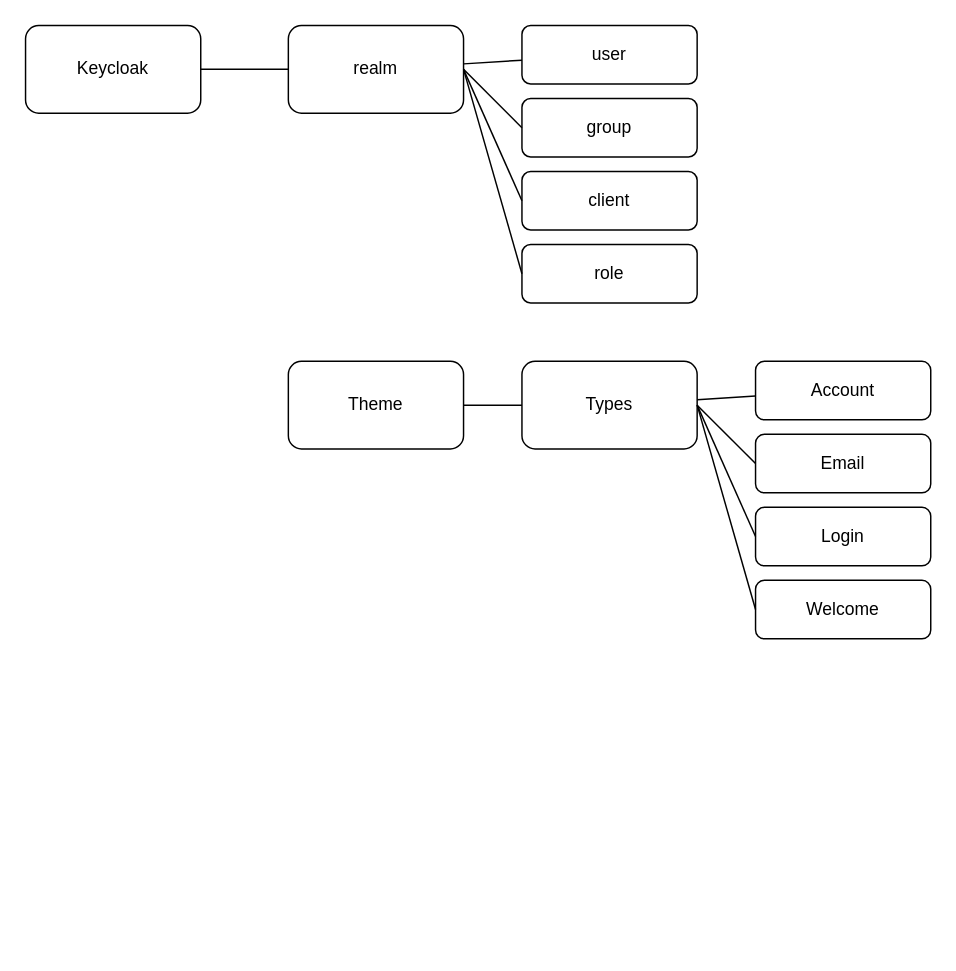
This is page "keycloak" (5 of 5) of k8s.drawio from hakchangs/k8s-study, a draw.io file, before an edit. Source tidied: cells renumbered, new cells numbered last; positions are measured from the earlier drawing's top-left corner, leaving out a move shared by most shapes. Both pictures are drawn from the tidied source at 146%, with x=0, y=0 at pixel (25, 25).
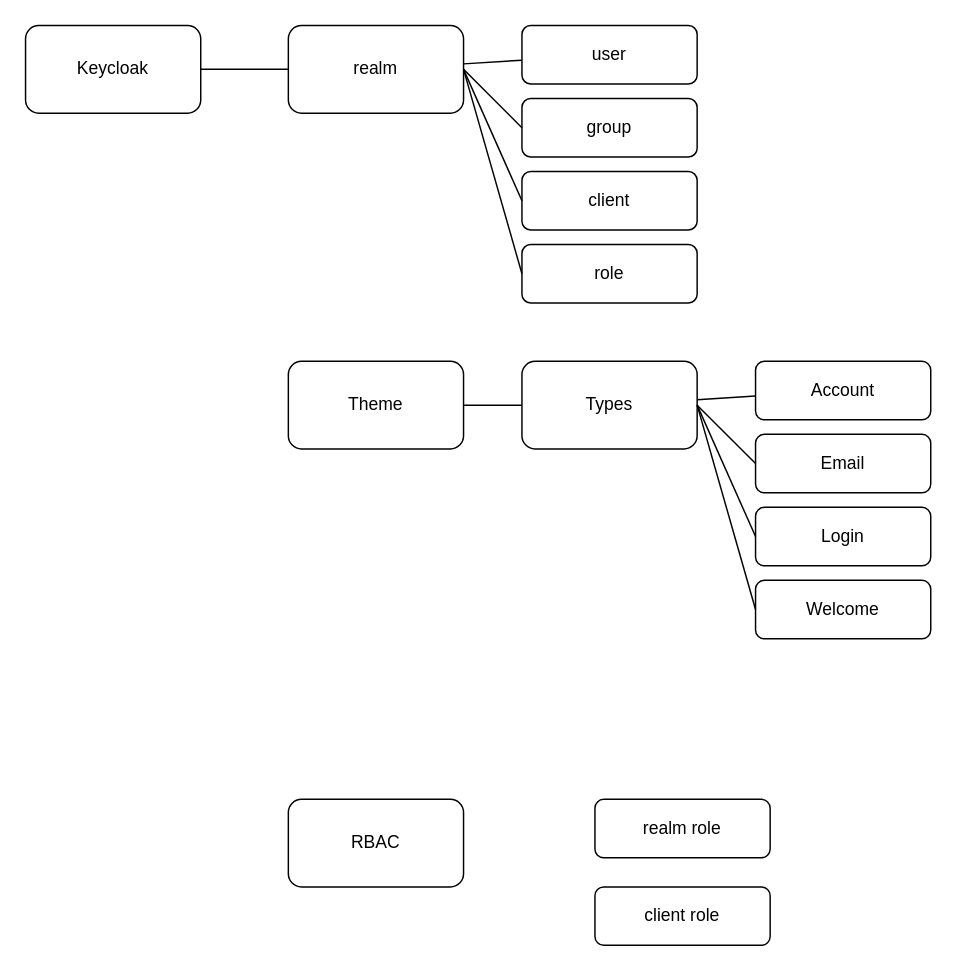
The same diagram, later.

Diff of the diagram source:
```diff
@@
+    <mxCell id="24" value="RBAC" style="rounded=1;whiteSpace=wrap;html=1;" parent="1" vertex="1">
+      <mxGeometry x="180" y="530" width="120" height="60" as="geometry" />
+    </mxCell>
+    <mxCell id="25" value="realm role" style="rounded=1;whiteSpace=wrap;html=1;" parent="1" vertex="1">
+      <mxGeometry x="390" y="530" width="120" height="40" as="geometry" />
+    </mxCell>
+    <mxCell id="26" value="client role" style="rounded=1;whiteSpace=wrap;html=1;" parent="1" vertex="1">
+      <mxGeometry x="390" y="590" width="120" height="40" as="geometry" />
+    </mxCell>
```
